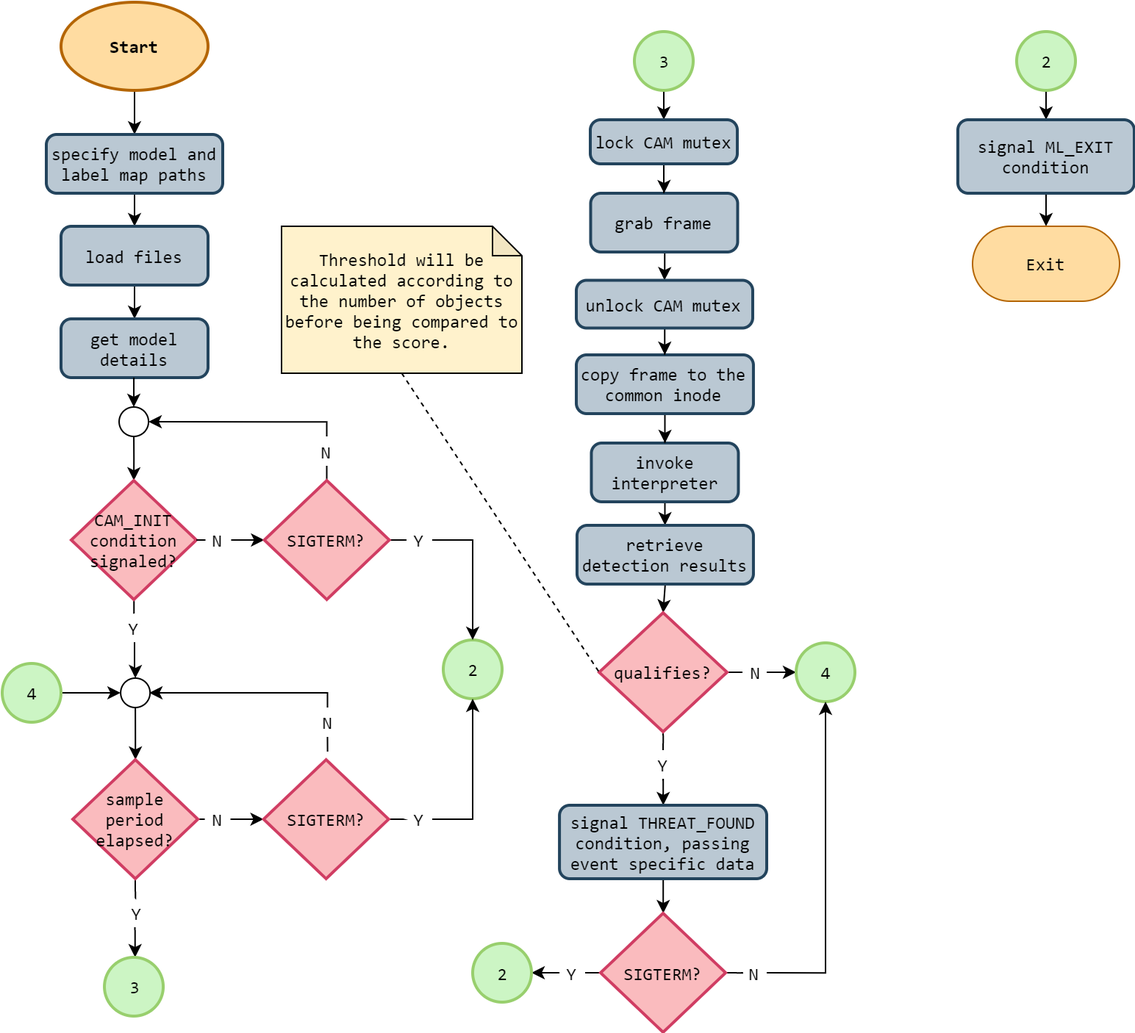
Earlier version of the draw.io export 3. Design/4. Software Specification/threads/thread-fc/thread-fc-ml-inference.png (esrg-silent-howl/argos). Source tidied: cells renumbered, new cells last; positions are measured from the earlier drawing's top-left corner, leaving out a move shared by most shapes.
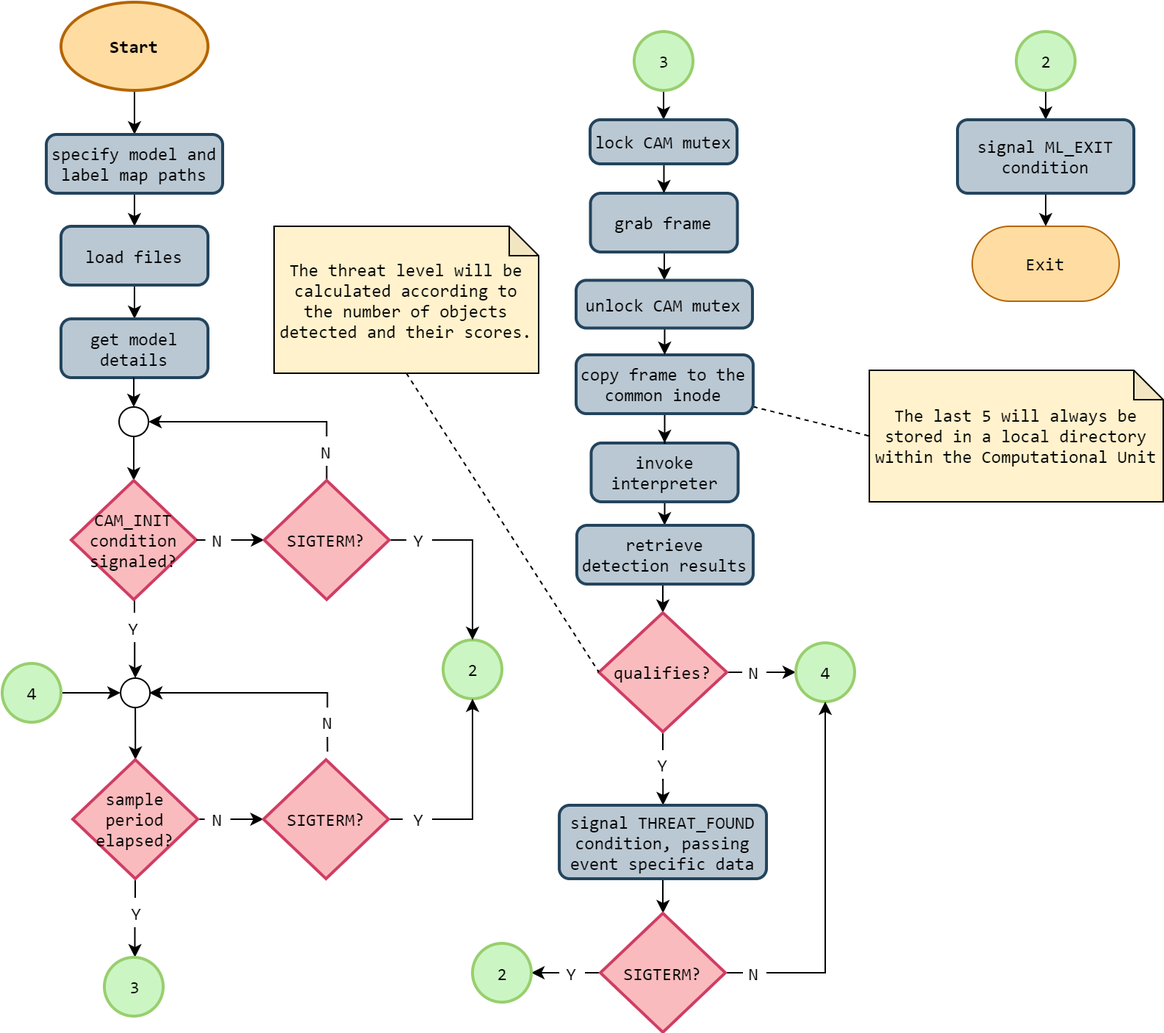
Later version of the same file.

The edit, as a diff of the source:
```diff
@@ -185,6 +185,9 @@
     <mxCell id="40" style="edgeStyle=orthogonalEdgeStyle;rounded=0;jettySize=auto;html=1;endArrow=classic;endFill=1;" parent="1" edge="1" source="41" target="36">
       <mxGeometry relative="1" as="geometry" />
     </mxCell>
+    <mxCell id="86" style="rounded=0;jettySize=auto;html=1;entryX=0;entryY=0.5;entryDx=0;entryDy=0;entryPerimeter=0;dashed=1;endArrow=none;endFill=0;" parent="1" edge="1" source="41" target="87">
+      <mxGeometry relative="1" as="geometry" />
+    </mxCell>
     <mxCell id="41" value="copy frame to the common inode" style="rounded=1;whiteSpace=wrap;html=1;absoluteArcSize=1;arcSize=14;strokeWidth=2;fillColor=#bac8d3;strokeColor=#23445d;fontFamily=Consolas;" parent="1" vertex="1">
       <mxGeometry x="390.5" y="240" width="120.5" height="40" as="geometry" />
     </mxCell>
@@ -317,8 +320,8 @@
     <mxCell id="67" style="rounded=0;jettySize=auto;html=1;entryX=0;entryY=0.5;entryDx=0;entryDy=0;entryPerimeter=0;endArrow=none;endFill=0;dashed=1;exitX=0.5;exitY=1;exitDx=0;exitDy=0;exitPerimeter=0;" parent="1" edge="1" source="68" target="61">
       <mxGeometry relative="1" as="geometry" />
     </mxCell>
-    <mxCell id="68" value="Threshold will be calculated according to the number of objects before being compared to the score." style="shape=note;html=1;backgroundOutline=1;darkOpacity=0.05;size=20;fillColor=#fff2cc;strokeColor=#000000;whiteSpace=wrap;fontFamily=Consolas;" parent="1" vertex="1">
-      <mxGeometry x="190" y="152.5" width="163.5" height="100" as="geometry" />
+    <mxCell id="68" value="The threat level will be calculated according to the number of objects detected and their scores." style="shape=note;html=1;backgroundOutline=1;darkOpacity=0.05;size=20;fillColor=#fff2cc;strokeColor=#000000;whiteSpace=wrap;fontFamily=Consolas;" parent="1" vertex="1">
+      <mxGeometry x="185" y="152.5" width="180" height="100" as="geometry" />
     </mxCell>
     <mxCell id="69" style="edgeStyle=orthogonalEdgeStyle;rounded=0;jettySize=auto;html=1;entryX=1;entryY=0.5;entryDx=0;entryDy=0;entryPerimeter=0;endArrow=classic;endFill=1;exitX=0;exitY=0.5;exitDx=0;exitDy=0;" parent="1" edge="1" source="76" target="74">
       <mxGeometry relative="1" as="geometry">
@@ -394,5 +397,8 @@
     <mxCell id="85" value="Exit" style="rounded=1;whiteSpace=wrap;html=1;arcSize=50;fillColor=#FFDCA1;strokeColor=#B46504;fontFamily=Consolas;" parent="1" vertex="1">
       <mxGeometry x="660" y="152.5" width="100" height="51" as="geometry" />
     </mxCell>
+    <mxCell id="87" value="The last 5 will always be stored in a local directory within the Computational Unit" style="shape=note;html=1;backgroundOutline=1;darkOpacity=0.05;size=20;fillColor=#fff2cc;strokeColor=#000000;whiteSpace=wrap;fontFamily=Consolas;" parent="1" vertex="1">
+      <mxGeometry x="590" y="250.5" width="200" height="89.5" as="geometry" />
+    </mxCell>
   </root>
 </mxGraphModel>
```
